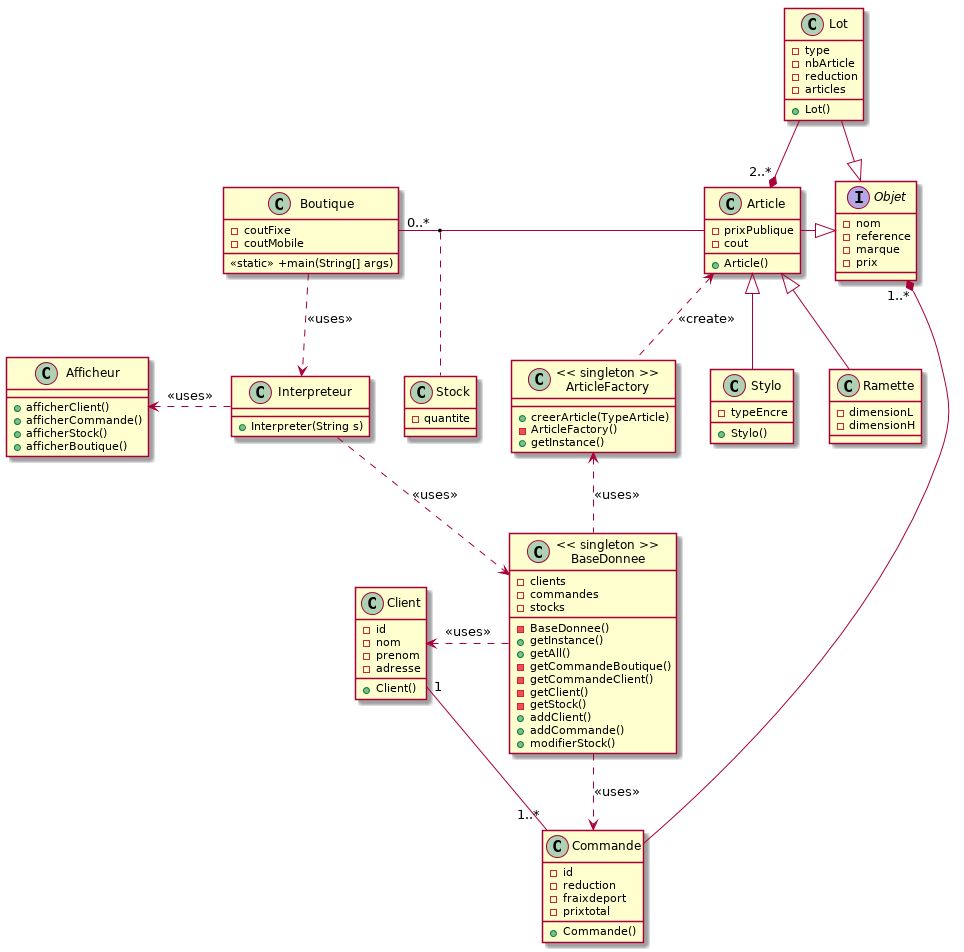
Yoanr/GestionBoutique keeps this PlantUML diagram as doc/class.png. Above is the earlier version.
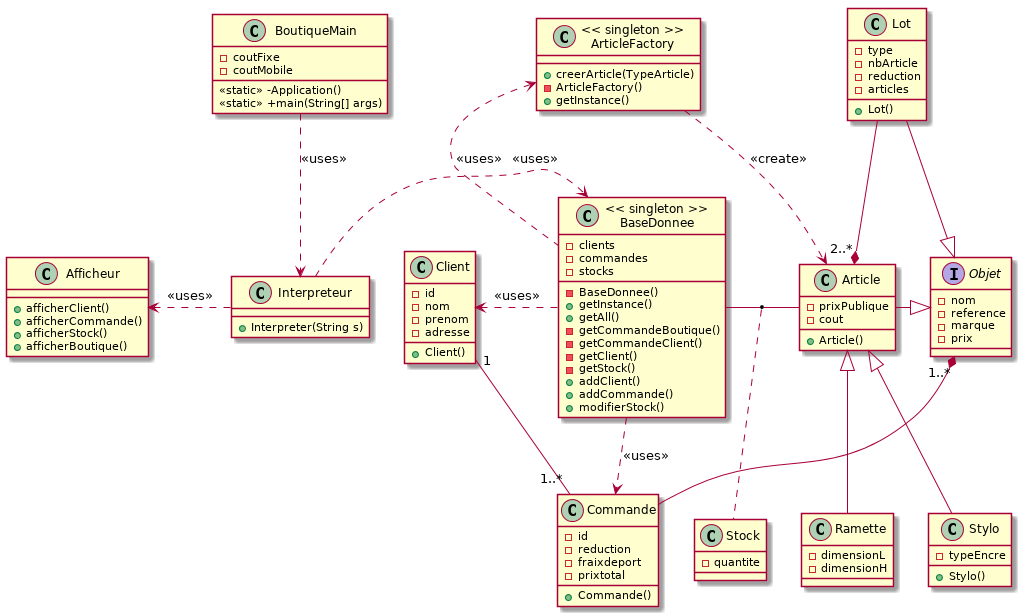
The same diagram one commit later.

Commit message:
amelioration diag

Change to the diagram source:
```diff
@@ -24,9 +24,10 @@
 }
 
 
-class Boutique{
+class "BoutiqueMain" as Boutique{
 -coutFixe
 -coutMobile
+<<static>> -Application()
 <<static>> +main(String[] args)
 }
 
@@ -65,7 +66,7 @@
 -quantite
 }
 
-class "<< singleton >>\nBaseDonnee"{
+class "<< singleton >>\nBaseDonnee" as BaseDonnee{
 -BaseDonnee()
 +getInstance()
 +getAll()
@@ -95,8 +96,8 @@
 
 
 
-"<< singleton >>\nBaseDonnee" .left.> Client : << uses >>
-"<< singleton >>\nBaseDonnee" .down.> Commande : << uses >>
+BaseDonnee .left.> Client : << uses >>
+BaseDonnee .down.> Commande : << uses >>
 Client "1" -- "1..*" Commande
 Article -|> Objet
 Lot -|> Objet
@@ -104,12 +105,12 @@
 Stylo -up-|> Article
 Ramette -up-|> Article
 Objet "1..*" *-- Commande
-"<< singleton >>\nArticleFactory" .up.> Article : "<< create >>"
+"<< singleton >>\nArticleFactory" .down.> Article : "<< create >>"
 
-Boutique "0..*" -right-  Article
-(Boutique, Article) .. Stock
-"<< singleton >>\nBaseDonnee" .up.> "<< singleton >>\nArticleFactory" : "<< uses >>"
+BaseDonnee  -right-  Article
+(BaseDonnee, Article) .up. Stock
+BaseDonnee .up.> "<< singleton >>\nArticleFactory" : "<< uses >>"
 Boutique ..> Interpreteur : << uses >>
-Interpreteur .right.> "<< singleton >>\nBaseDonnee" : << uses >>
+Interpreteur .right.> BaseDonnee : << uses >>
 Interpreteur .left.> Afficheur : << uses >>
 @enduml
```
